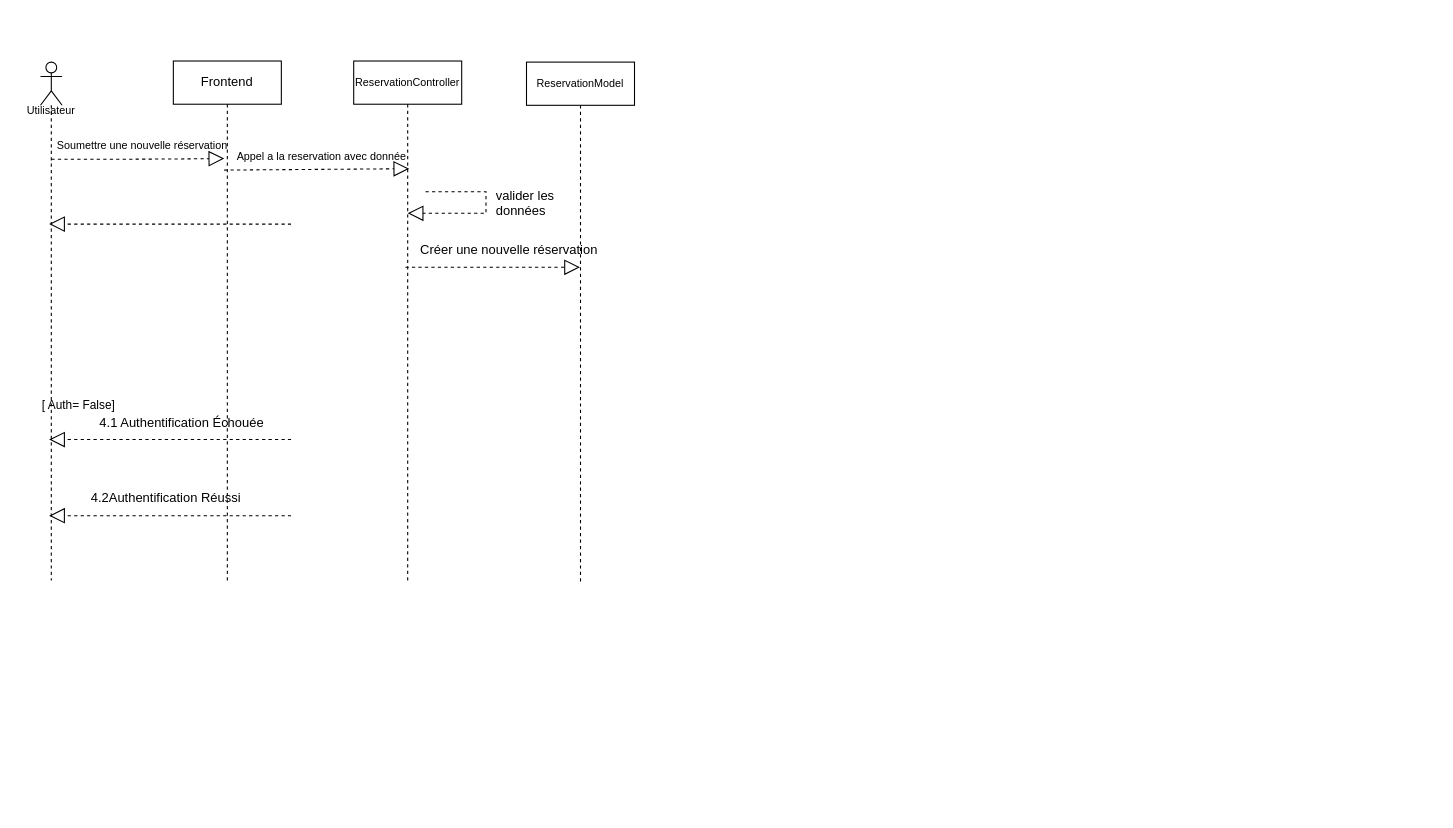
Earlier version of the draw.io diagram Diagramme sans nom.drawio (yassigh/app-e-commerce). Source tidied: cells renumbered, new cells numbered last; positions are measured from the earlier drawing's top-left corner, leaving out a move shared by most shapes. Both pictures are drawn from the tidied source at 108%, with x=0, y=0 at pixel (18, 60).
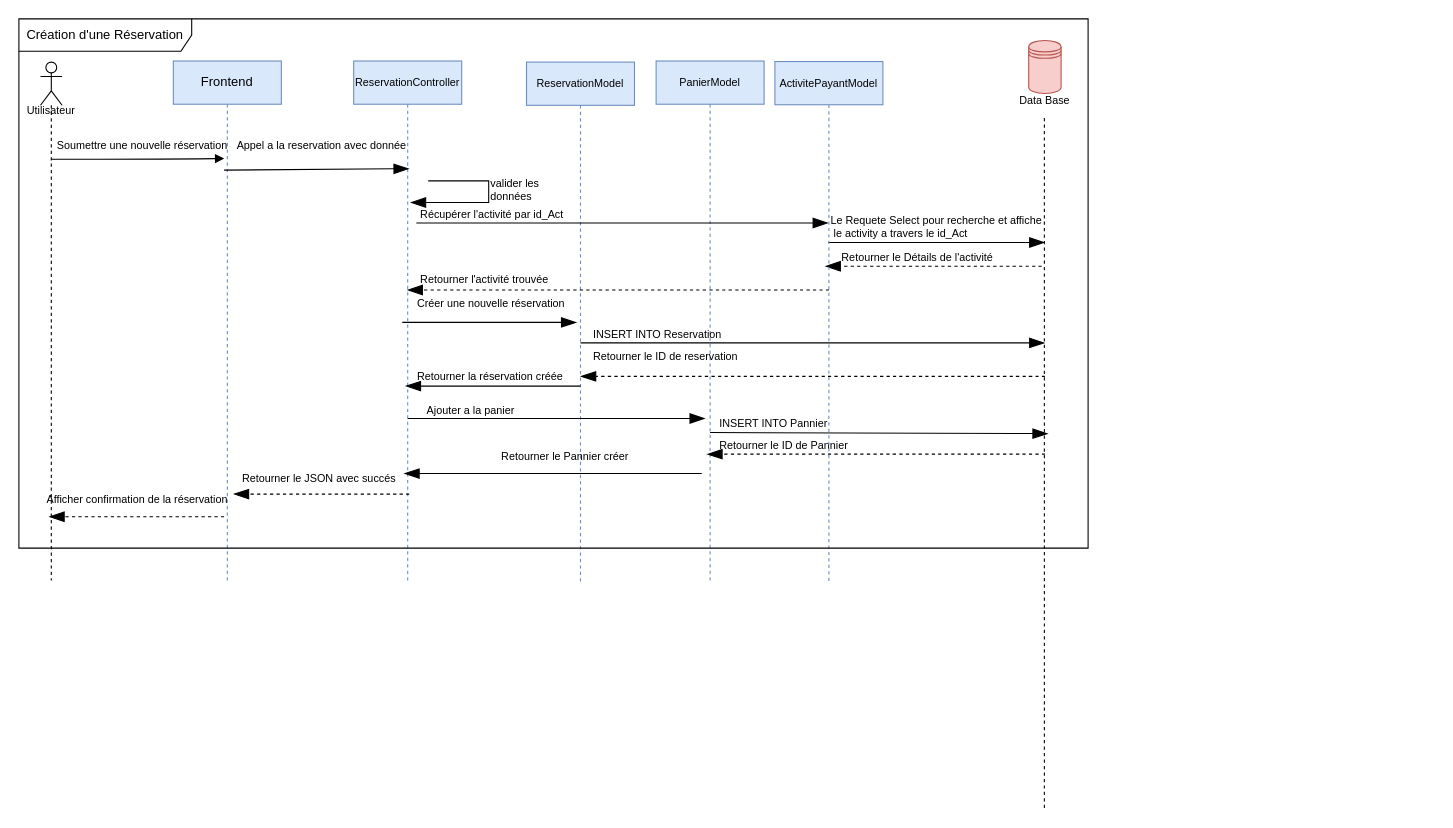
The same page after the edit.

Commit message (it also covers changes not shown here):
Mettre à jour Diagramme sans nom.drawio

The change refers to these unchanged cells:
```xml
<mxCell id="5" value="&lt;font style=&quot;font-size: 10px;&quot;&gt;Soumettre une nouvelle réservation&lt;/font&gt;" style="text;html=1;align=center;verticalAlign=middle;points=[];strokeColor=none;fillColor=none;fontSize=16;" parent="1" vertex="1">
  <mxGeometry x="24" y="61" width="180" height="30" as="geometry" />
</mxCell>
```

Change to the diagram source:
```diff
@@
-    <mxCell id="2" value="Frontend" style="shape=umlLifeline;perimeter=lifelinePerimeter;whiteSpace=wrap;html=1;newEdgeStyle={&quot;curved&quot;:0,&quot;rounded&quot;:0};" parent="1" vertex="1">
+    <mxCell id="2" value="Frontend" style="shape=umlLifeline;perimeter=lifelinePerimeter;whiteSpace=wrap;html=1;newEdgeStyle={&quot;curved&quot;:0,&quot;rounded&quot;:0};fillColor=#dae8fc;strokeColor=#6c8ebf;" parent="1" vertex="1">
       <mxGeometry x="143" width="100" height="481" as="geometry" />
     </mxCell>
@@
-    <mxCell id="4" style="endArrow=block;dashed=1;endFill=0;endSize=12;html=1;rounded=0;fontSize=12;curved=1;entryX=0.923;entryY=0.976;entryDx=0;entryDy=0;entryPerimeter=0;" parent="1" edge="1" target="5">
+    <mxCell id="4" style="endArrow=block;endFill=1;html=1;rounded=0;fontSize=12;curved=1;entryX=0.923;entryY=0.976;entryDx=0;entryDy=0;entryPerimeter=0;" parent="1" edge="1" target="5">
       <mxGeometry relative="1" as="geometry">
         <mxPoint x="30" y="91" as="sourcePoint" />
         <Array as="points">
           <mxPoint x="120" y="91" />
         </Array>
       </mxGeometry>
     </mxCell>
@@
-    <mxCell id="6" value="valider les données" style="text;whiteSpace=wrap;" parent="1" vertex="1">
-      <mxGeometry x="440" y="111" width="90" height="40" as="geometry" />
+    <mxCell id="6" value="valider les données" style="text;whiteSpace=wrap;fontSize=10;" parent="1" vertex="1">
+      <mxGeometry x="435" y="101" width="70" height="40" as="geometry" />
     </mxCell>
-    <mxCell id="7" style="endArrow=block;dashed=1;endFill=0;endSize=12;html=1;rounded=0;fontSize=12;curved=1;" parent="1" edge="1">
-      <mxGeometry relative="1" as="geometry">
-        <mxPoint x="252" y="151" as="sourcePoint" />
-        <mxPoint x="28" y="151" as="targetPoint" />
-      </mxGeometry>
-    </mxCell>
-    <mxCell id="8" style="endArrow=block;dashed=1;endFill=0;endSize=12;html=1;rounded=0;fontSize=12;curved=1;" parent="1" edge="1" target="20">
+    <mxCell id="8" style="endArrow=blockThin;endFill=1;endSize=12;html=1;rounded=0;fontSize=12;curved=1;" parent="1" edge="1">
       <mxGeometry relative="1" as="geometry">
-        <mxPoint x="358" y="191" as="sourcePoint" />
+        <mxPoint x="355" y="242" as="sourcePoint" />
+        <mxPoint x="516.5" y="242" as="targetPoint" />
       </mxGeometry>
     </mxCell>
-    <mxCell id="9" value="Créer une nouvelle réservation" style="text;whiteSpace=wrap;" parent="1" vertex="1">
-      <mxGeometry x="370" y="161" width="200" height="40" as="geometry" />
+    <mxCell id="9" value="Créer une nouvelle réservation" style="text;whiteSpace=wrap;fontSize=10;" parent="1" vertex="1">
+      <mxGeometry x="367" y="212" width="200" height="40" as="geometry" />
     </mxCell>
-    <mxCell id="10" style="endArrow=block;dashed=1;endFill=0;endSize=12;html=1;rounded=0;fontSize=12;edgeStyle=elbowEdgeStyle;" parent="1" edge="1">
+    <mxCell id="10" style="endArrow=blockThin;endFill=1;endSize=12;html=1;rounded=0;fontSize=12;edgeStyle=elbowEdgeStyle;" parent="1" edge="1">
       <mxGeometry relative="1" as="geometry">
-        <mxPoint x="376.5" y="121" as="sourcePoint" />
-        <mxPoint x="360" y="141" as="targetPoint" />
+        <mxPoint x="379" y="111" as="sourcePoint" />
+        <mxPoint x="362.5" y="131" as="targetPoint" />
         <Array as="points">
-          <mxPoint x="432.5" y="121" />
+          <mxPoint x="435" y="111" />
         </Array>
       </mxGeometry>
     </mxCell>
-    <mxCell id="11" value="4.1 Authentification Échouée" style="text;whiteSpace=wrap;" parent="1" vertex="1">
-      <mxGeometry x="73" y="321" width="170" height="40" as="geometry" />
-    </mxCell>
-    <mxCell id="12" style="endArrow=block;dashed=1;endFill=0;endSize=12;html=1;rounded=0;fontSize=12;curved=1;" parent="1" edge="1">
-      <mxGeometry relative="1" as="geometry">
-        <mxPoint x="252" y="350.5" as="sourcePoint" />
-        <mxPoint x="28" y="350.5" as="targetPoint" />
-      </mxGeometry>
-    </mxCell>
-    <mxCell id="13" style="endArrow=block;dashed=1;endFill=0;endSize=12;html=1;rounded=0;fontSize=12;curved=1;" parent="1" edge="1">
-      <mxGeometry relative="1" as="geometry">
-        <mxPoint x="252" y="421" as="sourcePoint" />
-        <mxPoint x="28" y="421" as="targetPoint" />
-      </mxGeometry>
-    </mxCell>
-    <mxCell id="14" value="4.2Authentification Réussi" style="text;whiteSpace=wrap;" parent="1" vertex="1">
-      <mxGeometry x="65" y="391" width="170" height="40" as="geometry" />
-    </mxCell>
-    <mxCell id="15" value="&lt;font style=&quot;font-size: 11px;&quot;&gt;[ Auth= False]&lt;/font&gt;" style="text;html=1;align=center;verticalAlign=middle;strokeColor=none;fillColor=none;fontSize=16;" parent="1" vertex="1">
-      <mxGeometry x="10" y="302" width="90" height="30" as="geometry" />
-    </mxCell>
-    <mxCell id="16" value="&lt;font style=&quot;font-size: 10px;&quot;&gt;ReservationController&lt;/font&gt;" style="shape=umlLifeline;perimeter=lifelinePerimeter;whiteSpace=wrap;html=1;outlineConnect=0;portConstraint=eastwest;newEdgeStyle={&quot;curved&quot;:0,&quot;rounded&quot;:0};" parent="1" vertex="1">
+    <mxCell id="16" value="&lt;font style=&quot;font-size: 10px;&quot;&gt;ReservationController&lt;/font&gt;" style="shape=umlLifeline;perimeter=lifelinePerimeter;whiteSpace=wrap;html=1;outlineConnect=0;portConstraint=eastwest;newEdgeStyle={&quot;curved&quot;:0,&quot;rounded&quot;:0};fillColor=#dae8fc;strokeColor=#6c8ebf;" parent="1" vertex="1">
       <mxGeometry x="310" width="100" height="481" as="geometry" />
     </mxCell>
-    <mxCell id="17" style="endArrow=block;dashed=1;endFill=0;endSize=12;html=1;rounded=0;fontSize=12;curved=1;entryX=0.98;entryY=0.958;entryDx=0;entryDy=0;entryPerimeter=0;" parent="1" edge="1">
+    <mxCell id="17" style="endArrow=blockThin;endFill=1;endSize=12;html=1;rounded=0;fontSize=12;curved=1;entryX=0.98;entryY=0.958;entryDx=0;entryDy=0;entryPerimeter=0;" parent="1" edge="1">
       <mxGeometry relative="1" as="geometry">
         <mxPoint x="190" y="101" as="sourcePoint" />
         <mxPoint x="361.4" y="99.7" as="targetPoint" />
       </mxGeometry>
     </mxCell>
     <mxCell id="18" value="&lt;font style=&quot;font-size: 10px;&quot;&gt;Appel a la reservation avec donnée&lt;/font&gt;" style="text;html=1;align=center;verticalAlign=middle;strokeColor=none;fillColor=none;fontSize=16;" parent="1" vertex="1">
-      <mxGeometry x="190" y="71" width="180" height="30" as="geometry" />
+      <mxGeometry x="190" y="61" width="180" height="30" as="geometry" />
     </mxCell>
@@
-    <mxCell id="20" value="&lt;font style=&quot;font-size: 10px;&quot;&gt;ReservationModel&lt;/font&gt;" style="shape=umlLifeline;perimeter=lifelinePerimeter;whiteSpace=wrap;html=1;outlineConnect=0;portConstraint=eastwest;newEdgeStyle={&quot;curved&quot;:0,&quot;rounded&quot;:0};" parent="1" vertex="1">
+    <mxCell id="20" value="&lt;font style=&quot;font-size: 10px;&quot;&gt;ReservationModel&lt;/font&gt;" style="shape=umlLifeline;perimeter=lifelinePerimeter;whiteSpace=wrap;html=1;outlineConnect=0;portConstraint=eastwest;newEdgeStyle={&quot;curved&quot;:0,&quot;rounded&quot;:0};fillColor=#dae8fc;strokeColor=#6c8ebf;" parent="1" vertex="1">
       <mxGeometry x="470" y="1" width="100" height="481" as="geometry" />
     </mxCell>
+    <mxCell id="21" value="&lt;font style=&quot;font-size: 10px;&quot;&gt;PanierModel&lt;/font&gt;" style="shape=umlLifeline;perimeter=lifelinePerimeter;whiteSpace=wrap;html=1;newEdgeStyle={&quot;curved&quot;:0,&quot;rounded&quot;:0};fillColor=#dae8fc;strokeColor=#6c8ebf;" parent="1" vertex="1">
+      <mxGeometry x="590" width="100" height="481" as="geometry" />
+    </mxCell>
+    <mxCell id="22" style="endArrow=blockThin;endFill=1;endSize=12;html=1;rounded=0;fontSize=12;curved=1;" parent="1" edge="1">
+      <mxGeometry relative="1" as="geometry">
+        <mxPoint x="360" y="331" as="sourcePoint" />
+        <mxPoint x="635.5" y="331" as="targetPoint" />
+      </mxGeometry>
+    </mxCell>
+    <mxCell id="23" value="Ajouter a la panier" style="text;whiteSpace=wrap;fontSize=10;" parent="1" vertex="1">
+      <mxGeometry x="375.5" y="311" width="90" height="20" as="geometry" />
+    </mxCell>
+    <mxCell id="24" style="shape=datastore;whiteSpace=wrap;html=1;fillColor=#f8cecc;strokeColor=#b85450;" parent="1" vertex="1">
+      <mxGeometry x="935" y="-19" width="30" height="49" as="geometry" />
+    </mxCell>
+    <mxCell id="25" value="&lt;font style=&quot;font-size: 10px;&quot;&gt;Data Base&lt;/font&gt;" style="text;strokeColor=none;align=center;fillColor=none;html=1;verticalAlign=middle;whiteSpace=wrap;rounded=0;" parent="1" vertex="1">
+      <mxGeometry x="920" y="21" width="60" height="30" as="geometry" />
+    </mxCell>
+    <mxCell id="26" style="endArrow=none;dashed=1;html=1;rounded=0;" parent="1" edge="1">
+      <mxGeometry relative="1" as="geometry">
+        <mxPoint x="949.5" y="691.7" as="sourcePoint" />
+        <mxPoint x="949.5" y="51" as="targetPoint" />
+      </mxGeometry>
+    </mxCell>
+    <mxCell id="27" style="endArrow=blockThin;endFill=1;endSize=12;html=1;rounded=0;fontSize=12;curved=1;" parent="1" edge="1">
+      <mxGeometry relative="1" as="geometry">
+        <mxPoint x="640" y="344" as="sourcePoint" />
+        <mxPoint x="953" y="345" as="targetPoint" />
+      </mxGeometry>
+    </mxCell>
+    <mxCell id="28" value="INSERT INTO Pannier" style="text;whiteSpace=wrap;fontSize=10;" parent="1" vertex="1">
+      <mxGeometry x="647" y="323" width="120" height="20" as="geometry" />
+    </mxCell>
+    <mxCell id="29" style="endArrow=blockThin;endFill=1;endSize=12;html=1;rounded=0;fontSize=12;curved=1;" parent="1" edge="1">
+      <mxGeometry relative="1" as="geometry">
+        <mxPoint x="520" y="261" as="sourcePoint" />
+        <mxPoint x="950" y="261" as="targetPoint" />
+      </mxGeometry>
+    </mxCell>
+    <mxCell id="30" value="INSERT INTO Reservation" style="text;whiteSpace=wrap;fontSize=10;" parent="1" vertex="1">
+      <mxGeometry x="530" y="241" width="150" height="20" as="geometry" />
+    </mxCell>
+    <mxCell id="31" value="Retourner le ID de reservation" style="text;whiteSpace=wrap;fontSize=10;" parent="1" vertex="1">
+      <mxGeometry x="530" y="261" width="150" height="20" as="geometry" />
+    </mxCell>
+    <mxCell id="32" style="endArrow=blockThin;endFill=1;endSize=12;html=1;rounded=0;fontSize=12;curved=1;dashed=1;" parent="1" edge="1">
+      <mxGeometry relative="1" as="geometry">
+        <mxPoint x="950" y="292" as="sourcePoint" />
+        <mxPoint x="520" y="292" as="targetPoint" />
+      </mxGeometry>
+    </mxCell>
+    <mxCell id="33" value="Retourner le ID de Pannier" style="text;whiteSpace=wrap;fontSize=10;" parent="1" vertex="1">
+      <mxGeometry x="647" y="344" width="150" height="20" as="geometry" />
+    </mxCell>
+    <mxCell id="34" style="endArrow=blockThin;endFill=1;endSize=12;html=1;rounded=0;fontSize=12;curved=1;dashed=1;" parent="1" edge="1">
+      <mxGeometry relative="1" as="geometry">
+        <mxPoint x="950" y="364" as="sourcePoint" />
+        <mxPoint x="637" y="364" as="targetPoint" />
+      </mxGeometry>
+    </mxCell>
+    <mxCell id="35" value="Retourner le Pannier créer" style="text;whiteSpace=wrap;fontSize=10;" parent="1" vertex="1">
+      <mxGeometry x="445" y="354" width="150" height="20" as="geometry" />
+    </mxCell>
+    <mxCell id="36" style="endArrow=blockThin;endFill=1;endSize=12;html=1;rounded=0;fontSize=12;curved=1;" parent="1" edge="1">
+      <mxGeometry relative="1" as="geometry">
+        <mxPoint x="632.2" y="382" as="sourcePoint" />
+        <mxPoint x="356.5" y="382" as="targetPoint" />
+      </mxGeometry>
+    </mxCell>
+    <mxCell id="37" value="Retourner le JSON avec succés" style="text;whiteSpace=wrap;fontSize=10;" parent="1" vertex="1">
+      <mxGeometry x="205" y="374" width="150" height="20" as="geometry" />
+    </mxCell>
+    <mxCell id="38" style="endArrow=blockThin;endFill=1;endSize=12;html=1;rounded=0;fontSize=12;curved=1;dashed=1;" parent="1" edge="1">
+      <mxGeometry relative="1" as="geometry">
+        <mxPoint x="361.4" y="401" as="sourcePoint" />
+        <mxPoint x="198.6" y="401" as="targetPoint" />
+      </mxGeometry>
+    </mxCell>
+    <mxCell id="39" style="endArrow=blockThin;endFill=1;endSize=12;html=1;rounded=0;fontSize=12;curved=1;dashed=1;" parent="1" edge="1">
+      <mxGeometry relative="1" as="geometry">
+        <mxPoint x="190" y="422" as="sourcePoint" />
+        <mxPoint x="27.8" y="422" as="targetPoint" />
+      </mxGeometry>
+    </mxCell>
+    <mxCell id="40" value="Afficher confirmation de la réservation" style="text;whiteSpace=wrap;fontSize=10;" parent="1" vertex="1">
+      <mxGeometry x="24" y="394" width="181" height="20" as="geometry" />
+    </mxCell>
+    <mxCell id="41" style="endArrow=blockThin;endFill=1;endSize=12;html=1;rounded=0;fontSize=12;curved=1;" parent="1" edge="1" target="47">
+      <mxGeometry relative="1" as="geometry">
+        <mxPoint x="368" y="150" as="sourcePoint" />
+      </mxGeometry>
+    </mxCell>
+    <mxCell id="42" value="Récupérer l'activité par id_Act" style="text;whiteSpace=wrap;fontSize=10;" parent="1" vertex="1">
+      <mxGeometry x="370" y="130" width="140" height="40" as="geometry" />
+    </mxCell>
+    <mxCell id="43" style="endArrow=blockThin;endFill=1;endSize=12;html=1;rounded=0;fontSize=12;curved=1;" parent="1" edge="1" source="47">
+      <mxGeometry relative="1" as="geometry">
+        <mxPoint x="950" y="168" as="targetPoint" />
+      </mxGeometry>
+    </mxCell>
+    <mxCell id="44" value="Le Requete Select pour recherche et affiche&#10; le activity a travers le id_Act" style="text;whiteSpace=wrap;fontSize=10;" parent="1" vertex="1">
+      <mxGeometry x="750" y="135" width="560" height="20" as="geometry" />
+    </mxCell>
+    <mxCell id="45" value="Retourner le Détails de l'activité" style="text;whiteSpace=wrap;fontSize=10;" parent="1" vertex="1">
+      <mxGeometry x="760" y="170" width="150" height="20" as="geometry" />
+    </mxCell>
+    <mxCell id="46" style="endArrow=blockThin;endFill=1;endSize=12;html=1;rounded=0;fontSize=12;curved=1;dashed=1;" parent="1" edge="1">
+      <mxGeometry relative="1" as="geometry">
+        <mxPoint x="947" y="190" as="sourcePoint" />
+        <mxPoint x="746.5" y="190" as="targetPoint" />
+      </mxGeometry>
+    </mxCell>
+    <mxCell id="47" value="&lt;font style=&quot;font-size: 10px;&quot;&gt;ActivitePayantModel&lt;/font&gt;" style="shape=umlLifeline;perimeter=lifelinePerimeter;whiteSpace=wrap;html=1;outlineConnect=0;portConstraint=eastwest;newEdgeStyle={&quot;curved&quot;:0,&quot;rounded&quot;:0};fillColor=#dae8fc;strokeColor=#6c8ebf;" parent="1" vertex="1">
+      <mxGeometry x="700" y="0.5" width="100" height="481" as="geometry" />
+    </mxCell>
+    <mxCell id="48" style="endArrow=blockThin;endFill=1;endSize=12;html=1;rounded=0;fontSize=12;curved=1;dashed=1;" parent="1" edge="1" target="16">
+      <mxGeometry relative="1" as="geometry">
+        <mxPoint x="750" y="212" as="sourcePoint" />
+      </mxGeometry>
+    </mxCell>
+    <mxCell id="49" value="Retourner l'activité trouvée" style="text;whiteSpace=wrap;fontSize=10;" parent="1" vertex="1">
+      <mxGeometry x="370" y="190" width="150" height="20" as="geometry" />
+    </mxCell>
+    <mxCell id="50" style="endArrow=blockThin;endFill=1;endSize=12;html=1;rounded=0;fontSize=12;curved=1;" parent="1" edge="1">
+      <mxGeometry relative="1" as="geometry">
+        <mxPoint x="520" y="301" as="sourcePoint" />
+        <mxPoint x="357.8" y="301" as="targetPoint" />
+      </mxGeometry>
+    </mxCell>
+    <mxCell id="51" value="Retourner la réservation créée" style="text;whiteSpace=wrap;fontSize=10;" parent="1" vertex="1">
+      <mxGeometry x="367" y="280" width="150" height="20" as="geometry" />
+    </mxCell>
+    <mxCell id="52" value="Création d'une Réservation" style="shape=umlFrame;whiteSpace=wrap;html=1;width=160;height=30;" parent="1" vertex="1">
+      <mxGeometry y="-39" width="990" height="490" as="geometry" />
+    </mxCell>
```
